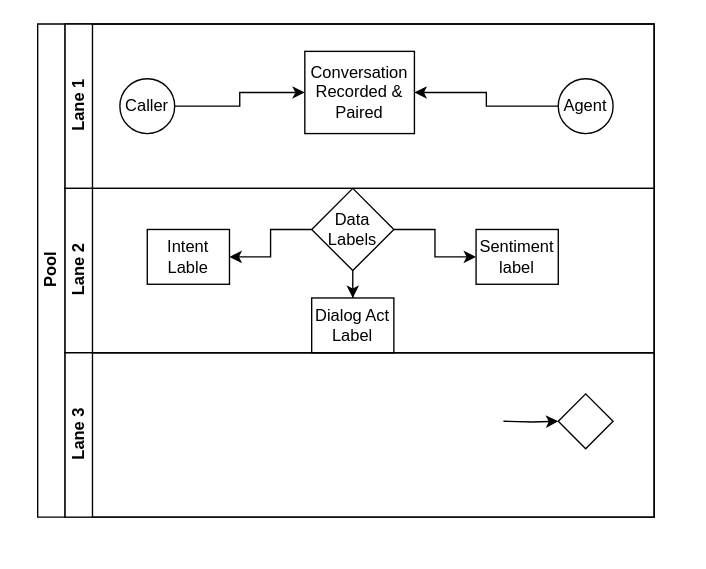
Before: Untitled Diagram.drawio in zaksha/Data-Science, a draw.io diagram. Source tidied: cells renumbered, new cells numbered last; positions are measured from the earlier drawing's top-left corner, leaving out a move shared by most shapes. Both pictures are drawn from the tidied source at 137%, with x=0, y=0 at pixel (37, 23).
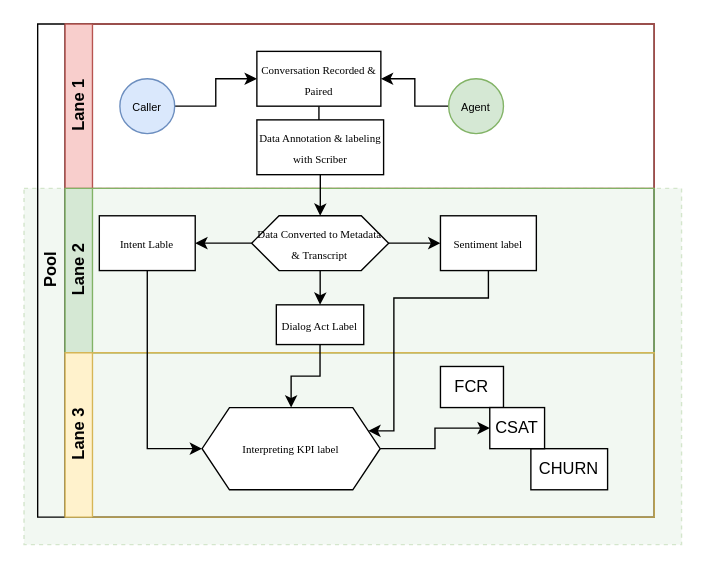
The same diagram, later.

The edit, as a diff of the source:
```diff
@@
+    <mxCell id="20" style="rounded=0;whiteSpace=wrap;html=1;fillColor=#d5e8d4;dashed=1;strokeColor=#82b366;glass=0;opacity=30;" parent="1" vertex="1">
+      <mxGeometry x="-10" y="120" width="480" height="260" as="geometry" />
+    </mxCell>
-    <mxCell id="2" value="Pool" style="swimlane;html=1;horizontal=0;startSize=20;" parent="1" vertex="1">
+    <mxCell id="2" value="Pool" style="swimlane;html=1;horizontal=0;startSize=20;fillColor=none;" parent="1" vertex="1">
       <mxGeometry width="450" height="360" as="geometry" />
     </mxCell>
-    <mxCell id="3" value="Lane 1" style="swimlane;html=1;startSize=20;horizontal=0;" parent="2" vertex="1">
+    <mxCell id="3" value="Lane 1" style="swimlane;html=1;startSize=20;horizontal=0;fillColor=#f8cecc;strokeColor=#b85450;gradientColor=none;align=center;" parent="2" vertex="1">
       <mxGeometry x="20" width="430" height="120" as="geometry" />
     </mxCell>
@@
-    <mxCell id="5" value="Caller" style="ellipse;whiteSpace=wrap;html=1;" parent="3" vertex="1">
+    <mxCell id="5" value="&lt;font style=&quot;font-size: 8px;&quot;&gt;Caller&lt;/font&gt;" style="ellipse;whiteSpace=wrap;html=1;fillColor=#dae8fc;strokeColor=#6c8ebf;" parent="3" vertex="1">
       <mxGeometry x="40" y="40" width="40" height="40" as="geometry" />
     </mxCell>
+    <mxCell id="21" style="edgeStyle=orthogonalEdgeStyle;rounded=0;jettySize=auto;html=1;entryX=0.5;entryY=0;entryDx=0;entryDy=0;" parent="3" edge="1" source="6" target="22">
+      <mxGeometry relative="1" as="geometry" />
+    </mxCell>
-    <mxCell id="6" value="Conversation Recorded &amp;amp; Paired" style="rounded=0;whiteSpace=wrap;html=1;fontFamily=Helvetica;fontSize=12;fontColor=#000000;align=center;" parent="3" vertex="1">
-      <mxGeometry x="175" y="20" width="80" height="60" as="geometry" />
+    <mxCell id="6" value="&lt;font style=&quot;font-size: 8px;&quot; face=&quot;Times New Roman&quot;&gt;Conversation Recorded &amp;amp; Paired&lt;/font&gt;" style="rounded=0;whiteSpace=wrap;html=1;fontFamily=Helvetica;fontSize=12;fontColor=#000000;align=center;" parent="3" vertex="1">
+      <mxGeometry x="140" y="20" width="90.5" height="40" as="geometry" />
     </mxCell>
@@
-    <mxCell id="8" value="Agent" style="ellipse;whiteSpace=wrap;html=1;" parent="3" vertex="1">
-      <mxGeometry x="360" y="40" width="40" height="40" as="geometry" />
+    <mxCell id="8" value="&lt;font style=&quot;font-size: 8px;&quot;&gt;Agent&lt;/font&gt;" style="ellipse;whiteSpace=wrap;html=1;fillColor=#d5e8d4;strokeColor=#82b366;" parent="3" vertex="1">
+      <mxGeometry x="280" y="40" width="40" height="40" as="geometry" />
     </mxCell>
+    <mxCell id="22" value="&lt;font face=&quot;Times New Roman&quot; style=&quot;font-size: 8px;&quot;&gt;Data Annotation &amp;amp; labeling with Scriber&lt;/font&gt;" style="rounded=0;whiteSpace=wrap;html=1;" parent="3" vertex="1">
+      <mxGeometry x="140" y="70" width="92.5" height="40" as="geometry" />
+    </mxCell>
-    <mxCell id="9" value="Lane 2" style="swimlane;html=1;startSize=20;horizontal=0;" parent="2" vertex="1">
+    <mxCell id="9" value="Lane 2" style="swimlane;html=1;startSize=20;horizontal=0;fillColor=#d5e8d4;strokeColor=#82b366;" parent="2" vertex="1">
       <mxGeometry x="20" y="120" width="430" height="120" as="geometry" />
     </mxCell>
-    <mxCell id="10" style="edgeStyle=orthogonalEdgeStyle;rounded=0;jettySize=auto;html=1;exitX=0;exitY=0.5;exitDx=0;exitDy=0;entryX=1;entryY=0.5;entryDx=0;entryDy=0;" parent="9" edge="1" source="13" target="14">
-      <mxGeometry relative="1" as="geometry" />
-    </mxCell>
-    <mxCell id="11" style="edgeStyle=orthogonalEdgeStyle;rounded=0;jettySize=auto;html=1;" parent="9" edge="1" source="13" target="16">
-      <mxGeometry relative="1" as="geometry" />
-    </mxCell>
-    <mxCell id="12" style="edgeStyle=orthogonalEdgeStyle;rounded=0;jettySize=auto;html=1;entryX=0.5;entryY=0;entryDx=0;entryDy=0;" parent="9" edge="1" source="13" target="15">
-      <mxGeometry relative="1" as="geometry" />
-    </mxCell>
-    <mxCell id="13" value="Data Labels" style="rhombus;whiteSpace=wrap;html=1;fontFamily=Helvetica;fontSize=12;fontColor=#000000;align=center;" parent="9" vertex="1">
-      <mxGeometry x="180" width="60" height="60" as="geometry" />
-    </mxCell>
-    <mxCell id="14" value="Intent Lable" style="rounded=0;whiteSpace=wrap;html=1;" parent="9" vertex="1">
-      <mxGeometry x="60" y="30" width="60" height="40" as="geometry" />
+    <mxCell id="14" value="&lt;font style=&quot;font-size: 8px;&quot; face=&quot;Times New Roman&quot;&gt;Intent Lable&lt;/font&gt;" style="rounded=0;whiteSpace=wrap;html=1;flipH=1;flipV=1;" parent="9" vertex="1">
+      <mxGeometry x="25" y="20" width="70" height="40" as="geometry" />
     </mxCell>
-    <mxCell id="15" value="Dialog Act Label" style="rounded=0;whiteSpace=wrap;html=1;" parent="9" vertex="1">
-      <mxGeometry x="180" y="80" width="60" height="40" as="geometry" />
+    <mxCell id="15" value="&lt;font style=&quot;font-size: 8px;&quot; face=&quot;Times New Roman&quot;&gt;Dialog Act Label&lt;/font&gt;" style="rounded=0;whiteSpace=wrap;html=1;" parent="9" vertex="1">
+      <mxGeometry x="154.2" y="85" width="63.8" height="29" as="geometry" />
     </mxCell>
-    <mxCell id="16" value="Sentiment label" style="rounded=0;whiteSpace=wrap;html=1;" parent="9" vertex="1">
-      <mxGeometry x="300" y="30" width="60" height="40" as="geometry" />
+    <mxCell id="16" value="&lt;font style=&quot;font-size: 8px;&quot; face=&quot;Times New Roman&quot;&gt;Sentiment label&lt;/font&gt;" style="rounded=0;whiteSpace=wrap;html=1;flipH=1;flipV=1;" parent="9" vertex="1">
+      <mxGeometry x="274" y="20" width="70" height="40" as="geometry" />
     </mxCell>
+    <mxCell id="23" style="edgeStyle=orthogonalEdgeStyle;rounded=0;jettySize=auto;html=1;entryX=1;entryY=0.5;entryDx=0;entryDy=0;jumpSize=4;" parent="9" edge="1" source="26" target="14">
+      <mxGeometry relative="1" as="geometry" />
+    </mxCell>
+    <mxCell id="24" style="edgeStyle=orthogonalEdgeStyle;rounded=0;jettySize=auto;html=1;entryX=0;entryY=0.5;entryDx=0;entryDy=0;" parent="9" edge="1" source="26" target="16">
+      <mxGeometry relative="1" as="geometry" />
+    </mxCell>
+    <mxCell id="25" style="edgeStyle=orthogonalEdgeStyle;rounded=0;jettySize=auto;html=1;entryX=0.5;entryY=0;entryDx=0;entryDy=0;" parent="9" edge="1" source="26" target="15">
+      <mxGeometry relative="1" as="geometry" />
+    </mxCell>
+    <mxCell id="26" value="&lt;p style=&quot;&quot;&gt;&lt;font face=&quot;Times New Roman&quot; style=&quot;font-size: 8px;&quot;&gt;Data Converted to Metadata &amp;amp; Transcript&lt;/font&gt;&lt;/p&gt;" style="shape=hexagon;perimeter=hexagonPerimeter2;whiteSpace=wrap;html=1;fixedSize=1;align=center;size=20;" parent="9" vertex="1">
+      <mxGeometry x="136.2" y="20" width="100" height="40" as="geometry" />
+    </mxCell>
+    <mxCell id="27" style="edgeStyle=orthogonalEdgeStyle;rounded=0;jettySize=auto;html=1;" parent="2" edge="1" source="22" target="26">
+      <mxGeometry relative="1" as="geometry" />
+    </mxCell>
-    <mxCell id="17" value="Lane 3" style="swimlane;html=1;startSize=20;horizontal=0;" parent="2" vertex="1">
+    <mxCell id="17" value="Lane 3" style="swimlane;html=1;startSize=20;horizontal=0;fillColor=#fff2cc;strokeColor=#d6b656;" parent="2" vertex="1">
       <mxGeometry x="20" y="240" width="430" height="120" as="geometry" />
     </mxCell>
-    <mxCell id="18" style="edgeStyle=orthogonalEdgeStyle;rounded=0;jettySize=auto;html=1;endArrow=classic;endFill=1;" parent="17" edge="1" target="19">
-      <mxGeometry relative="1" as="geometry">
-        <mxPoint x="320" y="50" as="sourcePoint" />
-      </mxGeometry>
-    </mxCell>
-    <mxCell id="19" style="rhombus;whiteSpace=wrap;html=1;fontFamily=Helvetica;fontSize=12;fontColor=#000000;align=center;" parent="17" vertex="1">
-      <mxGeometry x="360" y="30" width="40" height="40" as="geometry" />
-    </mxCell>
+    <mxCell id="28" value="FCR" style="rounded=0;whiteSpace=wrap;html=1;" parent="17" vertex="1">
+      <mxGeometry x="274" y="10" width="46" height="30" as="geometry" />
+    </mxCell>
+    <mxCell id="29" value="CHURN" style="rounded=0;whiteSpace=wrap;html=1;" parent="17" vertex="1">
+      <mxGeometry x="340" y="70" width="56" height="30" as="geometry" />
+    </mxCell>
+    <mxCell id="30" value="CSAT" style="rounded=0;whiteSpace=wrap;html=1;" parent="17" vertex="1">
+      <mxGeometry x="310" y="40" width="40" height="30" as="geometry" />
+    </mxCell>
+    <mxCell id="31" style="edgeStyle=orthogonalEdgeStyle;rounded=0;jettySize=auto;html=1;exitX=1;exitY=0.5;exitDx=0;exitDy=0;entryX=0;entryY=0.5;entryDx=0;entryDy=0;" parent="17" edge="1" source="32" target="30">
+      <mxGeometry relative="1" as="geometry" />
+    </mxCell>
+    <mxCell id="32" value="&lt;p style=&quot;&quot;&gt;&lt;font face=&quot;Times New Roman&quot;&gt;&lt;span style=&quot;font-size: 8px;&quot;&gt;Interpreting KPI label&lt;/span&gt;&lt;/font&gt;&lt;/p&gt;" style="shape=hexagon;perimeter=hexagonPerimeter2;whiteSpace=wrap;html=1;fixedSize=1;align=center;size=20;" parent="17" vertex="1">
+      <mxGeometry x="100" y="40" width="130" height="60" as="geometry" />
+    </mxCell>
+    <mxCell id="33" style="edgeStyle=orthogonalEdgeStyle;rounded=0;jettySize=auto;html=1;entryX=0;entryY=0.5;entryDx=0;entryDy=0;exitX=0.5;exitY=1;exitDx=0;exitDy=0;" parent="2" edge="1" source="14" target="32">
+      <mxGeometry relative="1" as="geometry">
+        <Array as="points">
+          <mxPoint x="80" y="310" />
+        </Array>
+      </mxGeometry>
+    </mxCell>
+    <mxCell id="34" style="edgeStyle=orthogonalEdgeStyle;rounded=0;jettySize=auto;html=1;entryX=0.5;entryY=0;entryDx=0;entryDy=0;" parent="2" edge="1" source="15" target="32">
+      <mxGeometry relative="1" as="geometry" />
+    </mxCell>
+    <mxCell id="35" style="edgeStyle=orthogonalEdgeStyle;rounded=0;jettySize=auto;html=1;entryX=1;entryY=0.25;entryDx=0;entryDy=0;" parent="2" edge="1" source="16" target="32">
+      <mxGeometry relative="1" as="geometry">
+        <Array as="points">
+          <mxPoint x="329" y="200" />
+          <mxPoint x="260" y="200" />
+          <mxPoint x="260" y="297" />
+        </Array>
+      </mxGeometry>
+    </mxCell>
```
